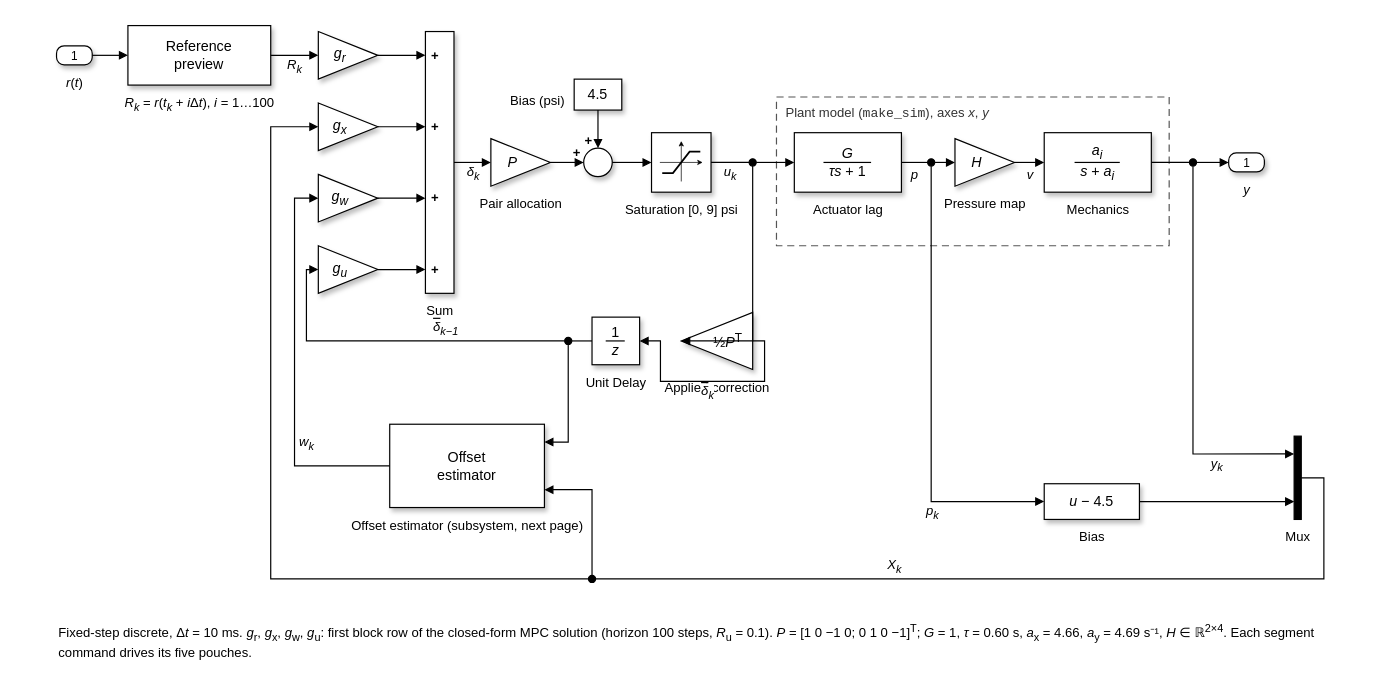
Earlier version of the draw.io diagram page "MPC M2 submission (Simulink)" (2 of 7) of docs/diagrams/controllers.drawio (ibraheem-111/soft-pneumatic-arm-control). Source tidied: cells renumbered, new cells numbered last; positions are measured from the earlier drawing's top-left corner, leaving out a move shared by most shapes. Both pictures are drawn from the tidied source at 119%, with x=0, y=0 at pixel (20, 25).
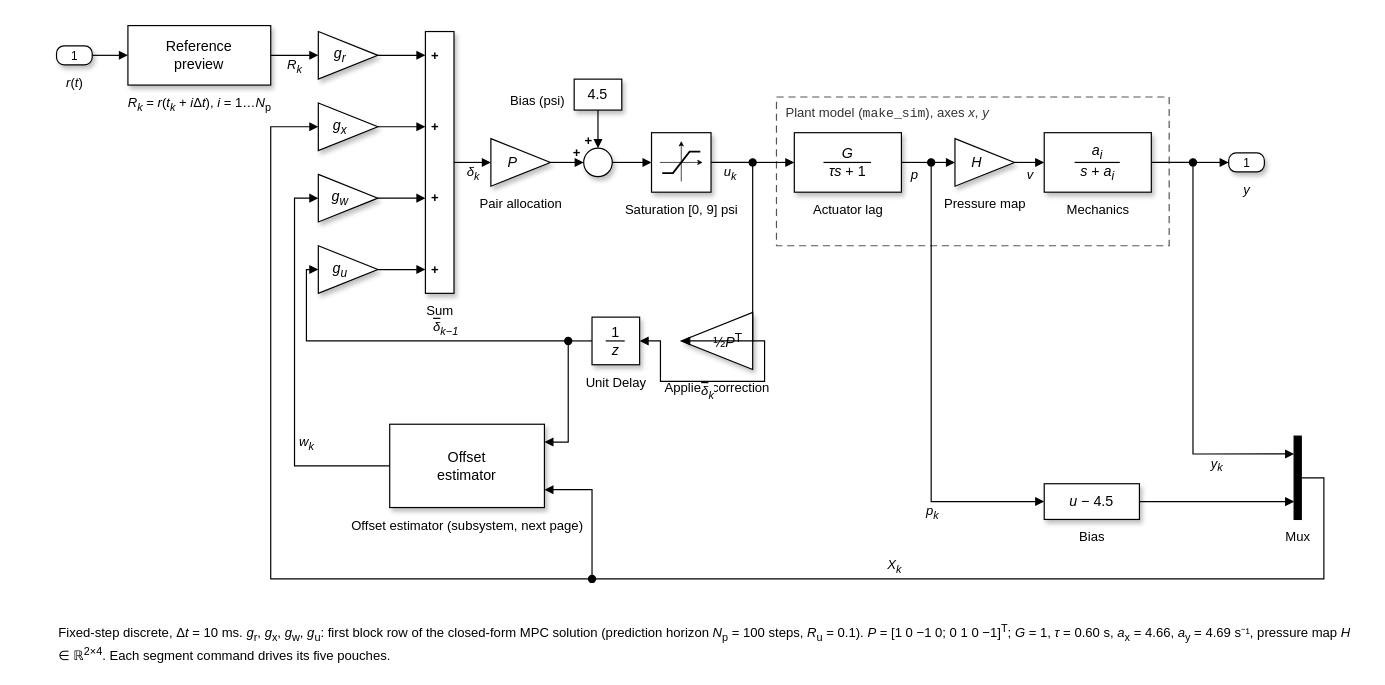
The same page after the edit.

Commit message (it also covers changes not shown here):
Diagrams: call the MPC horizon N_p so H only names the pressure map

The IEEE page used H for both the prediction horizon and the 2x4 pressure map.
The horizon is now N_p on the IEEE and Simulink pages, and the notes say
'pressure map H'.

Change to the diagram source:
```diff
@@
-    <mxCell id="5" value="&lt;i&gt;R&lt;/i&gt;&lt;sub&gt;&lt;i&gt;k&lt;/i&gt;&lt;/sub&gt; = &lt;i&gt;r&lt;/i&gt;(&lt;i&gt;t&lt;/i&gt;&lt;sub&gt;&lt;i&gt;k&lt;/i&gt;&lt;/sub&gt; + &lt;i&gt;i&lt;/i&gt;Δ&lt;i&gt;t&lt;/i&gt;), &lt;i&gt;i&lt;/i&gt; = 1…100" style="text;html=1;align=center;verticalAlign=top;fontSize=11;fontFamily=Helvetica;fontColor=#000000;" parent="1" vertex="1">
+    <mxCell id="5" value="&lt;i&gt;R&lt;/i&gt;&lt;sub&gt;&lt;i&gt;k&lt;/i&gt;&lt;/sub&gt; = &lt;i&gt;r&lt;/i&gt;(&lt;i&gt;t&lt;/i&gt;&lt;sub&gt;&lt;i&gt;k&lt;/i&gt;&lt;/sub&gt; + &lt;i&gt;i&lt;/i&gt;Δ&lt;i&gt;t&lt;/i&gt;), &lt;i&gt;i&lt;/i&gt; = 1…&lt;i&gt;N&lt;/i&gt;&lt;sub&gt;p&lt;/sub&gt;" style="text;html=1;align=center;verticalAlign=top;fontSize=11;fontFamily=Helvetica;fontColor=#000000;" parent="1" vertex="1">
       <mxGeometry x="60" y="52" width="180" height="16" as="geometry" />
     </mxCell>
@@
-    <mxCell id="81" value="Fixed-step discrete, Δ&lt;i&gt;t&lt;/i&gt; = 10 ms. &lt;i&gt;g&lt;/i&gt;&lt;sub&gt;r&lt;/sub&gt;, &lt;i&gt;g&lt;/i&gt;&lt;sub&gt;x&lt;/sub&gt;, &lt;i&gt;g&lt;/i&gt;&lt;sub&gt;w&lt;/sub&gt;, &lt;i&gt;g&lt;/i&gt;&lt;sub&gt;u&lt;/sub&gt;: first block row of the closed-form MPC solution (horizon 100 steps, &lt;i&gt;R&lt;/i&gt;&lt;sub&gt;u&lt;/sub&gt; = 0.1). &lt;i&gt;P&lt;/i&gt; = [1 0 −1 0; 0 1 0 −1]&lt;sup&gt;T&lt;/sup&gt;; &lt;i&gt;G&lt;/i&gt; = 1, &lt;i&gt;τ&lt;/i&gt; = 0.60 s, &lt;i&gt;a&lt;/i&gt;&lt;sub&gt;x&lt;/sub&gt; = 4.66, &lt;i&gt;a&lt;/i&gt;&lt;sub&gt;y&lt;/sub&gt; = 4.69 s⁻¹, &lt;i&gt;H&lt;/i&gt; ∈ ℝ&lt;sup&gt;2×4&lt;/sup&gt;. Each segment command drives its five pouches." style="text;html=1;align=left;verticalAlign=top;whiteSpace=wrap;fontSize=11;fontFamily=Helvetica;fontColor=#000000;" parent="1" vertex="1">
+    <mxCell id="81" value="Fixed-step discrete, Δ&lt;i&gt;t&lt;/i&gt; = 10 ms. &lt;i&gt;g&lt;/i&gt;&lt;sub&gt;r&lt;/sub&gt;, &lt;i&gt;g&lt;/i&gt;&lt;sub&gt;x&lt;/sub&gt;, &lt;i&gt;g&lt;/i&gt;&lt;sub&gt;w&lt;/sub&gt;, &lt;i&gt;g&lt;/i&gt;&lt;sub&gt;u&lt;/sub&gt;: first block row of the closed-form MPC solution (prediction horizon &lt;i&gt;N&lt;/i&gt;&lt;sub&gt;p&lt;/sub&gt; = 100 steps, &lt;i&gt;R&lt;/i&gt;&lt;sub&gt;u&lt;/sub&gt; = 0.1). &lt;i&gt;P&lt;/i&gt; = [1 0 −1 0; 0 1 0 −1]&lt;sup&gt;T&lt;/sup&gt;; &lt;i&gt;G&lt;/i&gt; = 1, &lt;i&gt;τ&lt;/i&gt; = 0.60 s, &lt;i&gt;a&lt;/i&gt;&lt;sub&gt;x&lt;/sub&gt; = 4.66, &lt;i&gt;a&lt;/i&gt;&lt;sub&gt;y&lt;/sub&gt; = 4.69 s⁻¹, pressure map &lt;i&gt;H&lt;/i&gt; ∈ ℝ&lt;sup&gt;2×4&lt;/sup&gt;. Each segment command drives its five pouches." style="text;html=1;align=left;verticalAlign=top;whiteSpace=wrap;fontSize=11;fontFamily=Helvetica;fontColor=#000000;" parent="1" vertex="1">
       <mxGeometry x="30" y="495" width="1100" height="40" as="geometry" />
     </mxCell>
```
